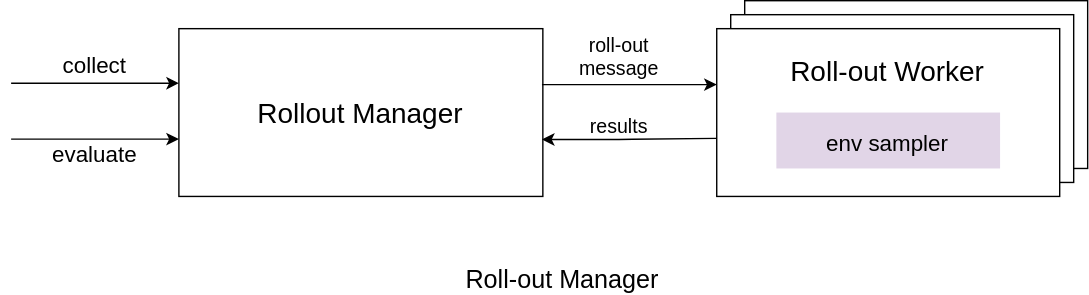
microsoft/maro keeps this draw.io diagram as docs/source/images/rl/rollout_manager.svg. Above is the earlier version. Source tidied: cells renumbered, new cells last; positions are measured from the earlier drawing's top-left corner, leaving out a move shared by most shapes. The source it was exported from:
```xml
<mxGraphModel>
  <root>
    <mxCell id="0" />
    <mxCell id="1" parent="0" />
    <mxCell id="2" style="rounded=0;whiteSpace=wrap;html=1;strokeColor=#000000;fontSize=15;align=center;" parent="1" vertex="1">
      <mxGeometry x="524.7" width="245.3" height="120" as="geometry" />
    </mxCell>
    <mxCell id="3" style="rounded=0;whiteSpace=wrap;html=1;strokeColor=#000000;fontSize=15;align=center;" parent="1" vertex="1">
      <mxGeometry x="514.7" y="10" width="245.3" height="120" as="geometry" />
    </mxCell>
    <mxCell id="4" style="rounded=0;whiteSpace=wrap;html=1;strokeColor=#000000;fontSize=15;align=center;" parent="1" vertex="1">
      <mxGeometry x="504.7" y="20" width="245.3" height="120" as="geometry" />
    </mxCell>
    <mxCell id="5" value="&lt;font style=&quot;font-size: 20px&quot;&gt;Roll-out Worker&lt;/font&gt;" style="text;html=1;strokeColor=none;fillColor=none;align=center;verticalAlign=middle;whiteSpace=wrap;rounded=0;fontSize=15;" parent="1" vertex="1">
      <mxGeometry x="537.3" y="40" width="180" height="20" as="geometry" />
    </mxCell>
    <mxCell id="6" value="&lt;font style=&quot;font-size: 20px&quot;&gt;Rollout Manager&lt;/font&gt;" style="rounded=0;whiteSpace=wrap;html=1;strokeColor=#000000;fontSize=12;align=center;" parent="1" vertex="1">
      <mxGeometry x="120" y="20" width="260.3" height="120" as="geometry" />
    </mxCell>
    <mxCell id="7" style="edgeStyle=orthogonalEdgeStyle;rounded=0;orthogonalLoop=1;jettySize=auto;html=1;exitX=0.5;exitY=1;exitDx=0;exitDy=0;dashed=1;fontSize=12;" parent="1" edge="1">
      <mxGeometry relative="1" as="geometry">
        <mxPoint x="320.7" y="152" as="sourcePoint" />
        <mxPoint x="320.7" y="152" as="targetPoint" />
      </mxGeometry>
    </mxCell>
    <mxCell id="8" style="endArrow=classic;html=1;fontSize=16;" parent="1" edge="1">
      <mxGeometry relative="1" as="geometry">
        <mxPoint y="59" as="sourcePoint" />
        <mxPoint x="120" y="59" as="targetPoint" />
      </mxGeometry>
    </mxCell>
    <mxCell id="9" value="collect" style="text;html=1;strokeColor=none;fillColor=none;align=center;verticalAlign=middle;whiteSpace=wrap;rounded=0;fontSize=16;" parent="1" vertex="1">
      <mxGeometry x="40" y="36.2" width="40" height="20" as="geometry" />
    </mxCell>
    <mxCell id="10" style="endArrow=classic;html=1;fontSize=16;" parent="1" edge="1">
      <mxGeometry relative="1" as="geometry">
        <mxPoint y="99" as="sourcePoint" />
        <mxPoint x="120" y="99" as="targetPoint" />
      </mxGeometry>
    </mxCell>
    <mxCell id="11" value="evaluate" style="text;html=1;strokeColor=none;fillColor=none;align=center;verticalAlign=middle;whiteSpace=wrap;rounded=0;fontSize=16;" parent="1" vertex="1">
      <mxGeometry x="40" y="100" width="40" height="20" as="geometry" />
    </mxCell>
    <mxCell id="12" value="&lt;span style=&quot;font-size: 16px&quot;&gt;env sampler&lt;/span&gt;" style="rounded=0;whiteSpace=wrap;html=1;fontSize=20;fillColor=#e1d5e7;strokeColor=none;" parent="1" vertex="1">
      <mxGeometry x="547.4" y="80" width="160" height="40" as="geometry" />
    </mxCell>
    <mxCell id="13" style="endArrow=classic;html=1;fontSize=16;entryX=0;entryY=0.25;entryDx=0;entryDy=0;" parent="1" edge="1">
      <mxGeometry relative="1" as="geometry">
        <mxPoint x="379.7" y="60" as="sourcePoint" />
        <mxPoint x="504.7" y="60" as="targetPoint" />
      </mxGeometry>
    </mxCell>
    <mxCell id="14" value="roll-out message" style="text;html=1;strokeColor=none;fillColor=none;align=center;verticalAlign=middle;whiteSpace=wrap;rounded=0;fontSize=14;" parent="1" vertex="1">
      <mxGeometry x="384.7" y="30" width="100" height="20" as="geometry" />
    </mxCell>
    <mxCell id="15" style="endArrow=classic;html=1;fontSize=14;exitX=0;exitY=0.75;exitDx=0;exitDy=0;" parent="1" edge="1">
      <mxGeometry relative="1" as="geometry">
        <mxPoint x="504.7" y="98.4" as="sourcePoint" />
        <mxPoint x="379.7" y="99.2" as="targetPoint" />
        <Array as="points">
          <mxPoint x="434.7" y="99.2" />
        </Array>
      </mxGeometry>
    </mxCell>
    <mxCell id="16" value="results" style="text;html=1;strokeColor=none;fillColor=none;align=center;verticalAlign=middle;whiteSpace=wrap;rounded=0;fontSize=14;" parent="1" vertex="1">
      <mxGeometry x="384.7" y="80" width="100" height="20" as="geometry" />
    </mxCell>
    <mxCell id="17" value="Roll-out Manager" style="text;html=1;strokeColor=none;fillColor=none;align=center;verticalAlign=middle;whiteSpace=wrap;rounded=0;fontSize=18;" parent="1" vertex="1">
      <mxGeometry x="279" y="190" width="231.2" height="20" as="geometry" />
    </mxCell>
  </root>
</mxGraphModel>
```
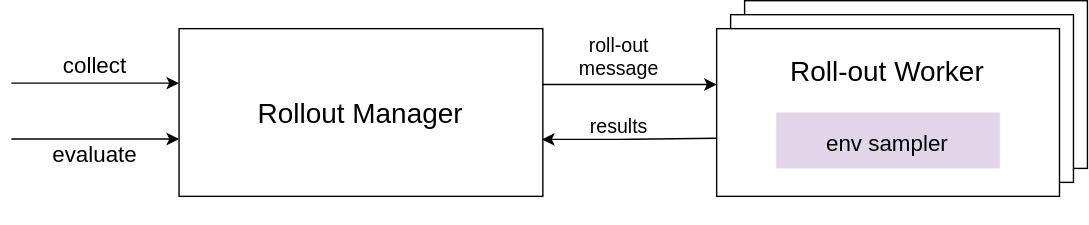
Later version of the same file.

Diff of the diagram source:
```diff
@@ -65,8 +65,5 @@
     <mxCell id="16" value="results" style="text;html=1;strokeColor=none;fillColor=none;align=center;verticalAlign=middle;whiteSpace=wrap;rounded=0;fontSize=14;" parent="1" vertex="1">
       <mxGeometry x="384.7" y="80" width="100" height="20" as="geometry" />
     </mxCell>
-    <mxCell id="17" value="Roll-out Manager" style="text;html=1;strokeColor=none;fillColor=none;align=center;verticalAlign=middle;whiteSpace=wrap;rounded=0;fontSize=18;" parent="1" vertex="1">
-      <mxGeometry x="279" y="190" width="231.2" height="20" as="geometry" />
-    </mxCell>
   </root>
 </mxGraphModel>
```
